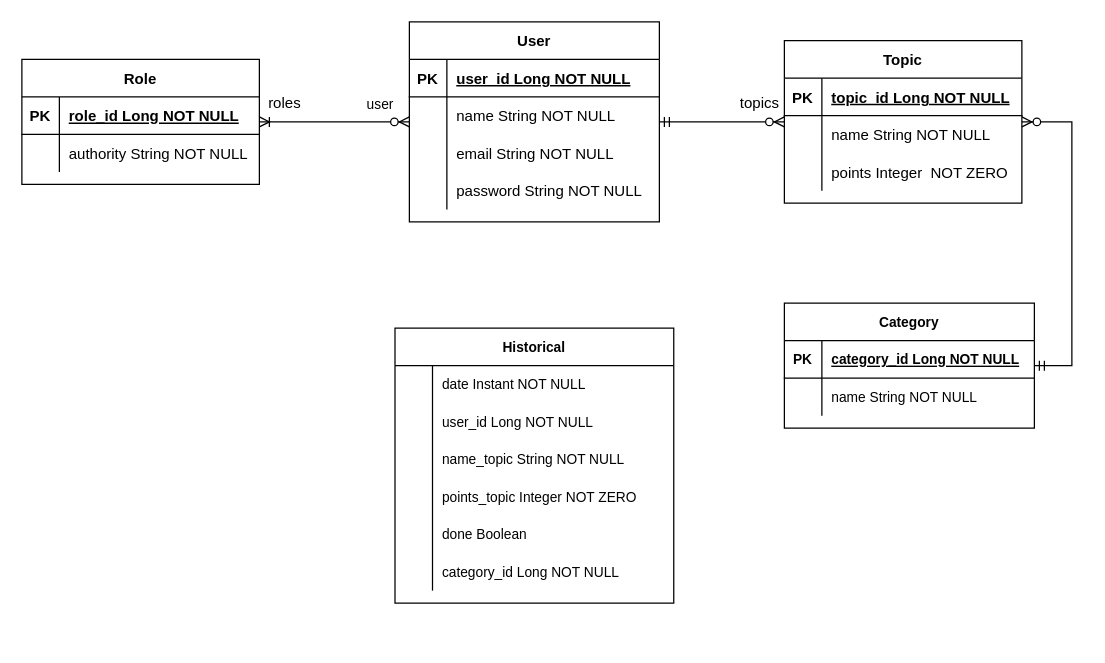
The draw.io diagram Date Lake of Life Diagram.drawio in Thalles-Trevizan/Data-Lake-of-Life, before the edit. Source tidied: cells renumbered, new cells numbered last; positions are measured from the earlier drawing's top-left corner, leaving out a move shared by most shapes. Both pictures are drawn from the tidied source at 125%, with x=0, y=0 at pixel (21, 21).
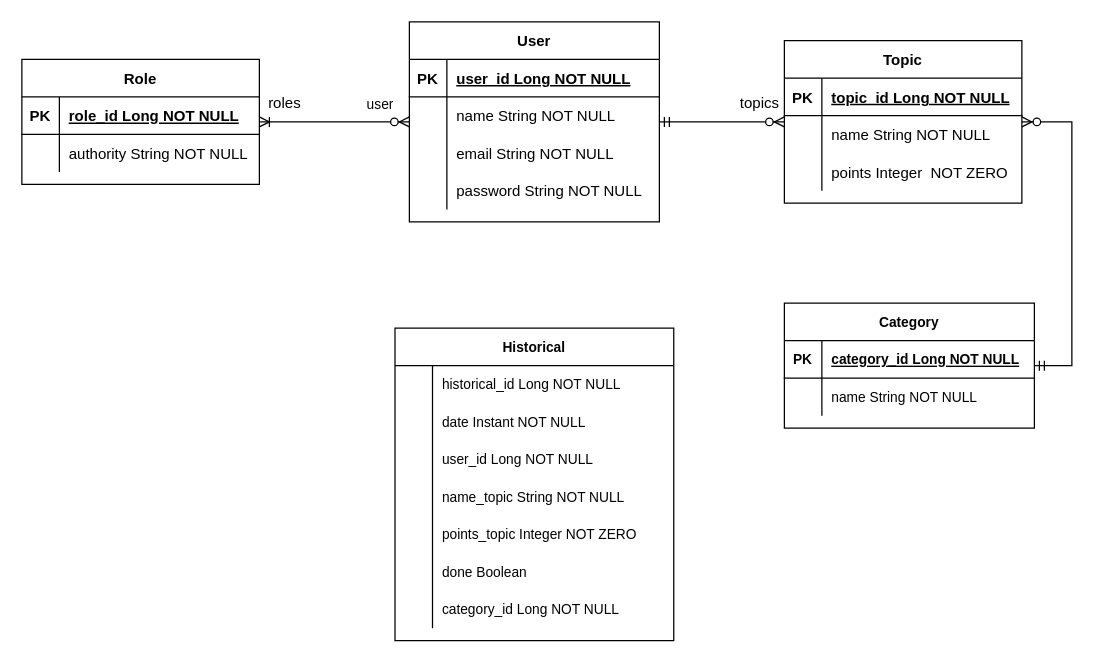
After the change.

Diff of the diagram source:
```diff
@@
     <mxCell id="43" value="Historical" style="shape=table;startSize=30;childLayout=tableLayout;rowLines=0;fontStyle=1;align=center;fontSize=11;" parent="1" vertex="1">
-      <mxGeometry x="298.5" y="245" width="223" height="220" as="geometry" />
+      <mxGeometry x="298.5" y="245" width="223" height="250" as="geometry" />
     </mxCell>
+    <mxCell id="62" style="shape=tableRow;horizontal=0;startSize=0;swimlaneHead=0;swimlaneBody=0;fillColor=none;top=0;left=0;right=0;bottom=0;fontSize=11;" parent="43" vertex="1">
+      <mxGeometry y="30" width="223" height="30" as="geometry" />
+    </mxCell>
+    <mxCell id="63" style="shape=partialRectangle;fillColor=none;top=0;left=0;bottom=0;right=0;overflow=hidden;fontSize=11;" parent="62" vertex="1">
+      <mxGeometry width="30" height="30" as="geometry" />
+    </mxCell>
+    <mxCell id="64" value="historical_id Long NOT NULL" style="shape=partialRectangle;fillColor=none;top=0;left=0;bottom=0;right=0;align=left;spacingLeft=6;overflow=hidden;fontSize=11;" parent="62" vertex="1">
+      <mxGeometry x="30" width="193" height="30" as="geometry" />
+    </mxCell>
     <mxCell id="44" style="shape=tableRow;horizontal=0;startSize=0;swimlaneHead=0;swimlaneBody=0;fillColor=none;top=0;left=0;right=0;bottom=0;fontSize=11;" parent="43" vertex="1">
-      <mxGeometry y="30" width="223" height="30" as="geometry" />
+      <mxGeometry y="60" width="223" height="30" as="geometry" />
     </mxCell>
@@
     <mxCell id="47" style="shape=tableRow;horizontal=0;startSize=0;swimlaneHead=0;swimlaneBody=0;fillColor=none;top=0;left=0;right=0;bottom=0;fontSize=11;" parent="43" vertex="1">
-      <mxGeometry y="60" width="223" height="30" as="geometry" />
+      <mxGeometry y="90" width="223" height="30" as="geometry" />
     </mxCell>
@@
     <mxCell id="50" style="shape=tableRow;horizontal=0;startSize=0;swimlaneHead=0;swimlaneBody=0;fillColor=none;top=0;left=0;right=0;bottom=0;fontSize=11;" parent="43" vertex="1">
-      <mxGeometry y="90" width="223" height="30" as="geometry" />
+      <mxGeometry y="120" width="223" height="30" as="geometry" />
     </mxCell>
@@
     <mxCell id="53" style="shape=tableRow;horizontal=0;startSize=0;swimlaneHead=0;swimlaneBody=0;fillColor=none;top=0;left=0;right=0;bottom=0;fontSize=11;" parent="43" vertex="1">
-      <mxGeometry y="120" width="223" height="30" as="geometry" />
+      <mxGeometry y="150" width="223" height="30" as="geometry" />
     </mxCell>
@@
     <mxCell id="56" style="shape=tableRow;horizontal=0;startSize=0;swimlaneHead=0;swimlaneBody=0;fillColor=none;top=0;left=0;right=0;bottom=0;fontSize=11;" parent="43" vertex="1">
-      <mxGeometry y="150" width="223" height="30" as="geometry" />
+      <mxGeometry y="180" width="223" height="30" as="geometry" />
     </mxCell>
@@
     <mxCell id="59" style="shape=tableRow;horizontal=0;startSize=0;swimlaneHead=0;swimlaneBody=0;fillColor=none;top=0;left=0;right=0;bottom=0;fontSize=11;" parent="43" vertex="1">
-      <mxGeometry y="180" width="223" height="30" as="geometry" />
+      <mxGeometry y="210" width="223" height="30" as="geometry" />
     </mxCell>
```
